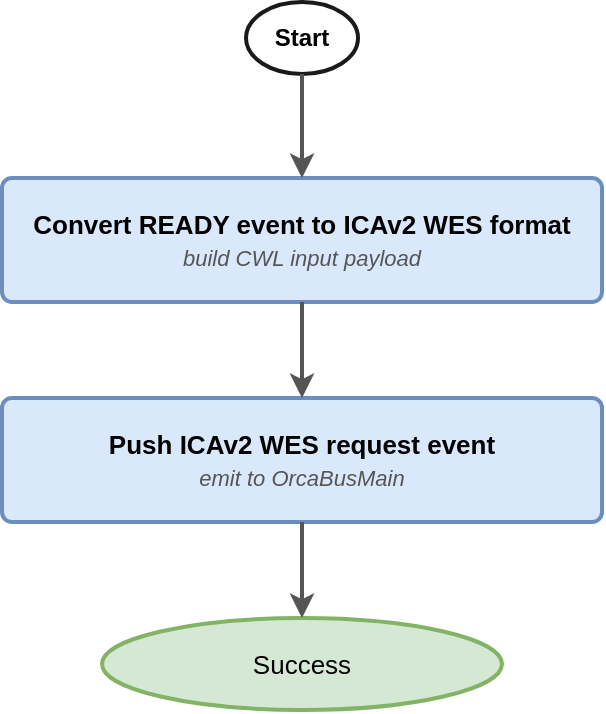
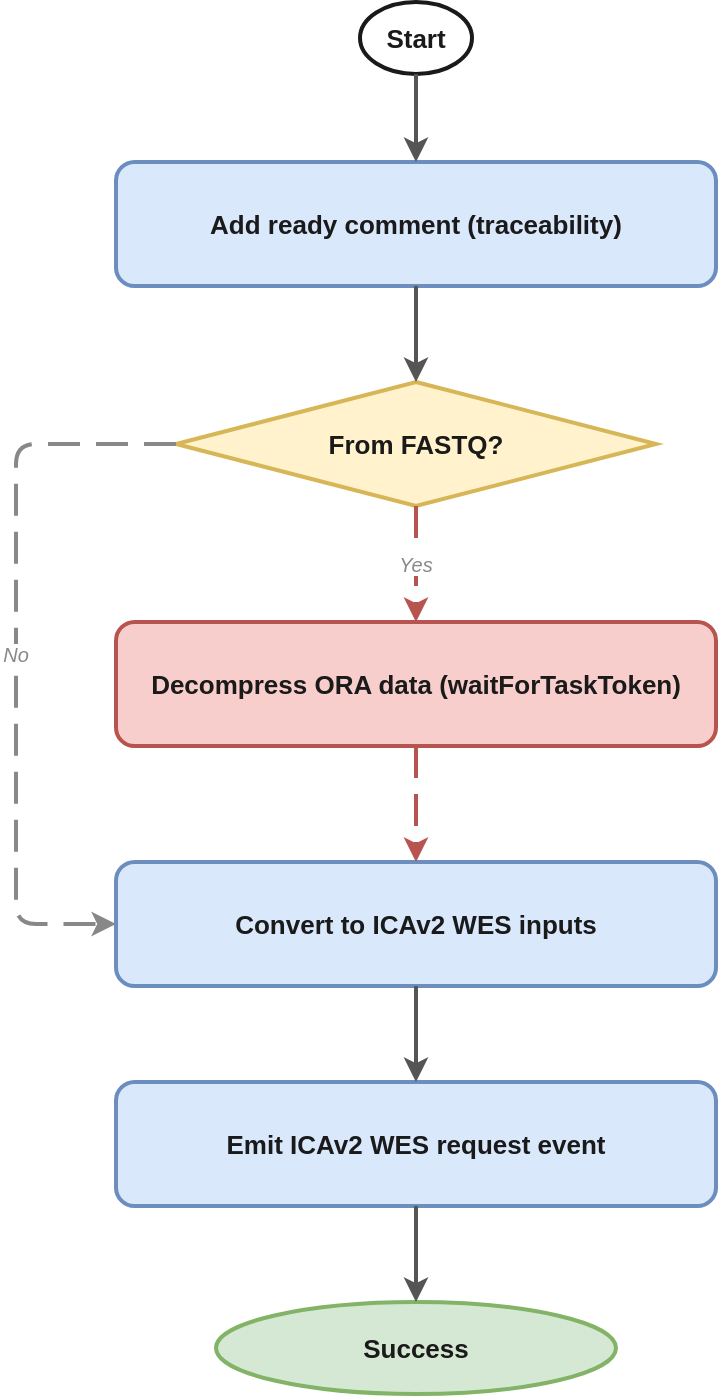
- <mxfile host="Electron" agent="Mozilla/5.0 (Windows NT 10.0; Win64; x64) AppleWebKit/537.36 (KHTML, like Gecko) draw.io/29.3.6 Chrome/140.0.7339.249 Electron/38.8.0 Safari/537.36" version="29.3.6">
+ <mxfile host="app.diagrams.net">
  <diagram name="ready-to-icav2-wes-request" id="ready-to-icav2-wes-request">
-     <mxGraphModel dx="700" dy="500" grid="0" gridSize="10" guides="0" tooltips="1" connect="0" arrows="1" fold="0" page="0" pageScale="1" pageWidth="700" pageHeight="550" math="0" shadow="0">
+     <mxGraphModel dx="1200" dy="900" grid="0" gridSize="10" guides="1" tooltips="1" connect="1" arrows="1" fold="1" page="0" pageScale="1" pageWidth="850" pageHeight="1100" math="0" shadow="0">
      <root>
-         <mxCell id="0" />
-         <mxCell id="1" parent="0" />
-         <mxCell id="start" parent="1" style="ellipse;whiteSpace=wrap;html=1;fillColor=#ffffff;strokeColor=#1a1a1a;strokeWidth=2;fontStyle=1;fontSize=12;fontFamily=Helvetica;" value="Start" vertex="1">
-           <mxGeometry height="36" width="56" x="197" y="50" as="geometry" />
+         <mxCell id="0"/>
+         <mxCell id="1" parent="0"/>
+ 
+         <!-- ═══════════════ NODES ═══════════════ -->
+ 
+         <!-- Start oval -->
+         <mxCell id="n1" value="Start" style="ellipse;whiteSpace=wrap;html=1;fillColor=#ffffff;strokeColor=#1a1a1a;strokeWidth=2;fontSize=13;fontStyle=1;fontColor=#1a1a1a;" vertex="1" parent="1">
+           <mxGeometry x="147" y="30" width="56" height="36" as="geometry"/>
        </mxCell>
-         <mxCell id="convert" parent="1" style="rounded=1;whiteSpace=wrap;html=1;fillColor=#dae8fc;strokeColor=#6c8ebf;strokeWidth=2;fontSize=13;fontFamily=Helvetica;arcSize=8;" value="&lt;b&gt;Convert READY event to ICAv2 WES format&lt;/b&gt;&lt;br/&gt;&lt;i&gt;&lt;font style=&quot;font-size:11px;color:#555555;&quot;&gt;build CWL input payload&lt;/font&gt;&lt;/i&gt;" vertex="1">
-           <mxGeometry height="62" width="300" x="75" y="138" as="geometry" />
+ 
+         <!-- Step: Add ready comment -->
+         <mxCell id="n2" value="Add ready comment (traceability)" style="rounded=1;whiteSpace=wrap;html=1;fillColor=#dae8fc;strokeColor=#6c8ebf;strokeWidth=2;fontSize=13;fontStyle=1;fontColor=#1a1a1a;" vertex="1" parent="1">
+           <mxGeometry x="25" y="110" width="300" height="62" as="geometry"/>
        </mxCell>
-         <mxCell id="push-wes" parent="1" style="rounded=1;whiteSpace=wrap;html=1;fillColor=#dae8fc;strokeColor=#6c8ebf;strokeWidth=2;fontSize=13;fontFamily=Helvetica;arcSize=8;" value="&lt;b&gt;Push ICAv2 WES request event&lt;/b&gt;&lt;br/&gt;&lt;i&gt;&lt;font style=&quot;font-size:11px;color:#555555;&quot;&gt;emit to OrcaBusMain&lt;/font&gt;&lt;/i&gt;" vertex="1">
-           <mxGeometry height="62" width="300" x="75" y="248" as="geometry" />
+ 
+         <!-- Decision: From FASTQ? -->
+         <mxCell id="n3" value="From FASTQ?" style="rhombus;whiteSpace=wrap;html=1;fillColor=#fff2cc;strokeColor=#d6b656;strokeWidth=2;fontSize=13;fontStyle=1;fontColor=#1a1a1a;" vertex="1" parent="1">
+           <mxGeometry x="55" y="220" width="240" height="62" as="geometry"/>
        </mxCell>
-         <mxCell id="success" parent="1" style="ellipse;whiteSpace=wrap;html=1;fillColor=#d5e8d4;strokeColor=#82b366;strokeWidth=2;fontSize=13;fontFamily=Helvetica;" value="Success" vertex="1">
-           <mxGeometry height="46" width="200" x="125" y="358" as="geometry" />
+ 
+         <!-- Wait node: Decompress ORA data -->
+         <mxCell id="n4" value="Decompress ORA data (waitForTaskToken)" style="rounded=1;whiteSpace=wrap;html=1;fillColor=#f8cecc;strokeColor=#b85450;strokeWidth=2;fontSize=13;fontStyle=1;fontColor=#1a1a1a;" vertex="1" parent="1">
+           <mxGeometry x="25" y="340" width="300" height="62" as="geometry"/>
        </mxCell>
-         <mxCell id="e1" edge="1" parent="1" source="start" style="edgeStyle=orthogonalEdgeStyle;strokeColor=#555555;strokeWidth=2;exitX=0.5;exitY=1;exitDx=0;exitDy=0;entryX=0.5;entryY=0;entryDx=0;entryDy=0;" target="convert">
-           <mxGeometry relative="1" as="geometry" />
+ 
+         <!-- Step: Convert to ICAv2 WES inputs -->
+         <mxCell id="n5" value="Convert to ICAv2 WES inputs" style="rounded=1;whiteSpace=wrap;html=1;fillColor=#dae8fc;strokeColor=#6c8ebf;strokeWidth=2;fontSize=13;fontStyle=1;fontColor=#1a1a1a;" vertex="1" parent="1">
+           <mxGeometry x="25" y="460" width="300" height="62" as="geometry"/>
        </mxCell>
-         <mxCell id="e2" edge="1" parent="1" source="convert" style="edgeStyle=orthogonalEdgeStyle;strokeColor=#555555;strokeWidth=2;exitX=0.5;exitY=1;exitDx=0;exitDy=0;entryX=0.5;entryY=0;entryDx=0;entryDy=0;" target="push-wes">
-           <mxGeometry relative="1" as="geometry" />
+ 
+         <!-- Step: Emit ICAv2 WES request event -->
+         <mxCell id="n6" value="Emit ICAv2 WES request event" style="rounded=1;whiteSpace=wrap;html=1;fillColor=#dae8fc;strokeColor=#6c8ebf;strokeWidth=2;fontSize=13;fontStyle=1;fontColor=#1a1a1a;" vertex="1" parent="1">
+           <mxGeometry x="25" y="570" width="300" height="62" as="geometry"/>
        </mxCell>
-         <mxCell id="e3" edge="1" parent="1" source="push-wes" style="edgeStyle=orthogonalEdgeStyle;strokeColor=#555555;strokeWidth=2;exitX=0.5;exitY=1;exitDx=0;exitDy=0;entryX=0.5;entryY=0;entryDx=0;entryDy=0;" target="success">
-           <mxGeometry relative="1" as="geometry" />
+ 
+         <!-- Terminal: Success -->
+         <mxCell id="n7" value="Success" style="ellipse;whiteSpace=wrap;html=1;fillColor=#d5e8d4;strokeColor=#82b366;strokeWidth=2;fontSize=13;fontStyle=1;fontColor=#1a1a1a;arcSize=50;" vertex="1" parent="1">
+           <mxGeometry x="75" y="680" width="200" height="46" as="geometry"/>
        </mxCell>
+ 
+         <!-- ═══════════════ EDGES ═══════════════ -->
+ 
+         <!-- Start → Add ready comment -->
+         <mxCell id="e1" style="edgeStyle=orthogonalEdgeStyle;strokeColor=#555555;strokeWidth=2;exitX=0.5;exitY=1;exitDx=0;exitDy=0;entryX=0.5;entryY=0;entryDx=0;entryDy=0;" edge="1" source="n1" target="n2" parent="1">
+           <mxGeometry relative="1" as="geometry"/>
+         </mxCell>
+ 
+         <!-- Add ready comment → From FASTQ? -->
+         <mxCell id="e2" style="edgeStyle=orthogonalEdgeStyle;strokeColor=#555555;strokeWidth=2;exitX=0.5;exitY=1;exitDx=0;exitDy=0;entryX=0.5;entryY=0;entryDx=0;entryDy=0;" edge="1" source="n2" target="n3" parent="1">
+           <mxGeometry relative="1" as="geometry"/>
+         </mxCell>
+ 
+         <!-- From FASTQ? → Decompress ORA data (Yes) -->
+         <mxCell id="e3" value="Yes" style="edgeStyle=orthogonalEdgeStyle;strokeColor=#b85450;strokeWidth=2;dashed=1;dashPattern=8 4;fontSize=10;fontColor=#888888;fontStyle=2;exitX=0.5;exitY=1;exitDx=0;exitDy=0;entryX=0.5;entryY=0;entryDx=0;entryDy=0;" edge="1" source="n3" target="n4" parent="1">
+           <mxGeometry relative="1" as="geometry"/>
+         </mxCell>
+ 
+         <!-- Decompress ORA data → Convert to ICAv2 WES inputs -->
+         <mxCell id="e4" style="edgeStyle=orthogonalEdgeStyle;strokeColor=#b85450;strokeWidth=2;dashed=1;dashPattern=8 4;exitX=0.5;exitY=1;exitDx=0;exitDy=0;entryX=0.5;entryY=0;entryDx=0;entryDy=0;" edge="1" source="n4" target="n5" parent="1">
+           <mxGeometry relative="1" as="geometry"/>
+         </mxCell>
+ 
+         <!-- From FASTQ? → Convert to ICAv2 WES inputs (No, dashed bypass to the left) -->
+         <mxCell id="e5" value="No" style="edgeStyle=orthogonalEdgeStyle;strokeColor=#888888;strokeWidth=2;dashed=1;dashPattern=8 4;fontSize=10;fontColor=#888888;fontStyle=2;exitX=0;exitY=0.5;exitDx=0;exitDy=0;entryX=0;entryY=0.5;entryDx=0;entryDy=0;" edge="1" source="n3" target="n5" parent="1">
+           <mxGeometry relative="1" as="geometry">
+             <Array as="points">
+               <mxPoint x="-25" y="251"/>
+               <mxPoint x="-25" y="491"/>
+             </Array>
+           </mxGeometry>
+         </mxCell>
+ 
+         <!-- Convert to ICAv2 WES inputs → Emit ICAv2 WES request event -->
+         <mxCell id="e6" style="edgeStyle=orthogonalEdgeStyle;strokeColor=#555555;strokeWidth=2;exitX=0.5;exitY=1;exitDx=0;exitDy=0;entryX=0.5;entryY=0;entryDx=0;entryDy=0;" edge="1" source="n5" target="n6" parent="1">
+           <mxGeometry relative="1" as="geometry"/>
+         </mxCell>
+ 
+         <!-- Emit ICAv2 WES request event → Success -->
+         <mxCell id="e7" style="edgeStyle=orthogonalEdgeStyle;strokeColor=#555555;strokeWidth=2;exitX=0.5;exitY=1;exitDx=0;exitDy=0;entryX=0.5;entryY=0;entryDx=0;entryDy=0;" edge="1" source="n6" target="n7" parent="1">
+           <mxGeometry relative="1" as="geometry"/>
+         </mxCell>
+ 
      </root>
    </mxGraphModel>
  </diagram>
</mxfile>
